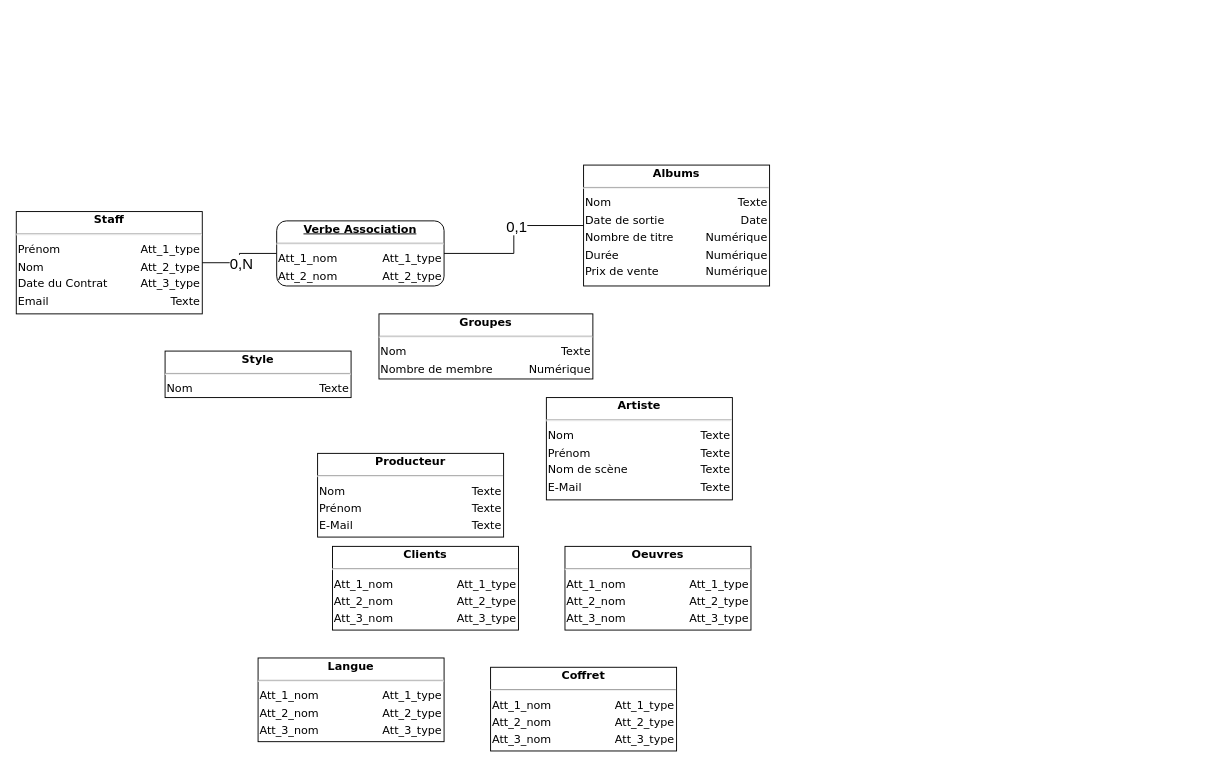
Above: MCD - Magasin de Disque.drawio in TCamoes15/MA-08-Magasin-Disque (draw.io), before the change. Source tidied: cells renumbered, new cells numbered last; positions are measured from the earlier drawing's top-left corner, leaving out a move shared by most shapes. Both pictures are drawn from the tidied source at 93%, with x=0, y=0 at pixel (16, 165).
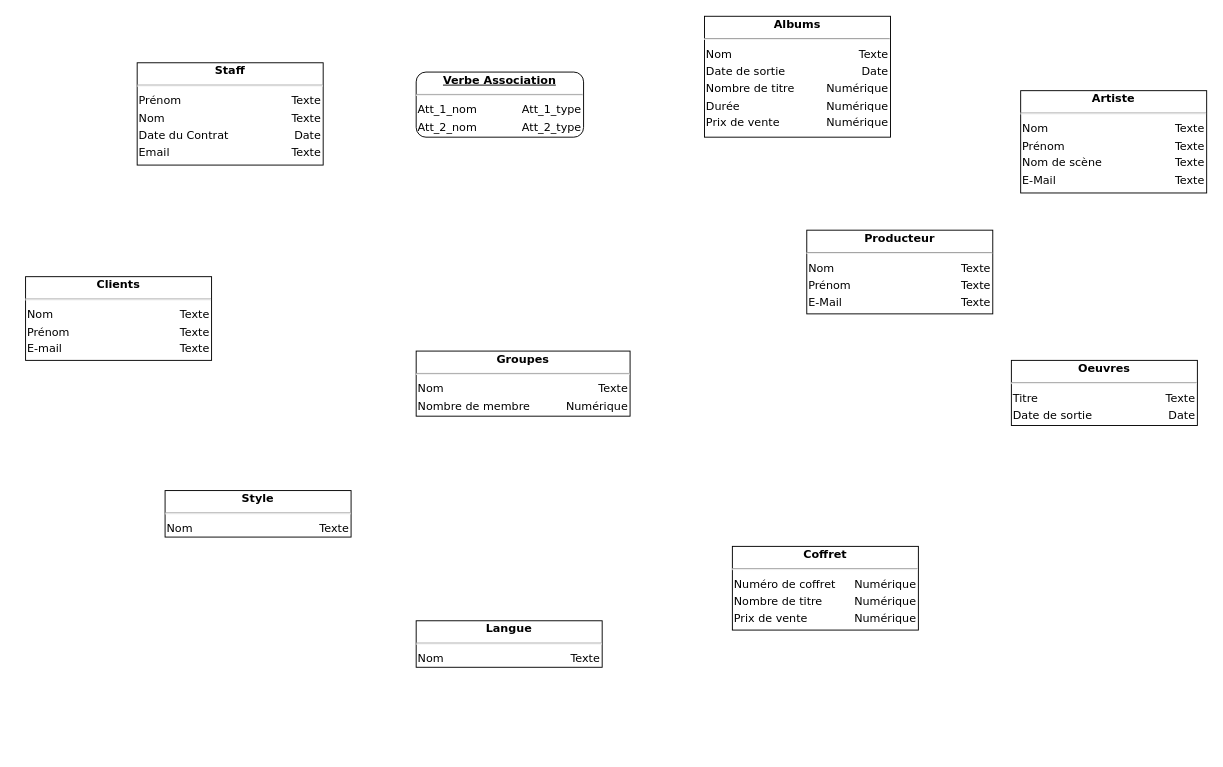
After the change.

Diff of the diagram source:
```diff
@@
 <mxGraphModel>
   <root>
     <mxCell id="0" />
     <mxCell id="1" parent="0" />
-    <mxCell id="2" value="&lt;div style=&quot;box-sizing: border-box ; width: 100% ; padding: 2px&quot;&gt;&lt;b&gt;&lt;span style=&quot;background-color: rgb(255 , 255 , 255)&quot;&gt;Staff&lt;/span&gt;&lt;/b&gt;&lt;/div&gt;&lt;hr&gt;&lt;table style=&quot;width: 100% ; font-size: 1em&quot; cellpadding=&quot;2&quot; cellspacing=&quot;0&quot;&gt;&lt;tbody&gt;&lt;tr&gt;&lt;td style=&quot;text-align: left&quot;&gt;Prénom&lt;/td&gt;&lt;td style=&quot;text-align: right&quot;&gt;Att_1_type&lt;br&gt;&lt;/td&gt;&lt;/tr&gt;&lt;tr&gt;&lt;td style=&quot;text-align: left&quot;&gt;Nom&lt;/td&gt;&lt;td style=&quot;text-align: right&quot;&gt;Att_2_type&lt;br&gt;&lt;/td&gt;&lt;/tr&gt;&lt;tr&gt;&lt;td style=&quot;text-align: left&quot;&gt;Date du Contrat&lt;/td&gt;&lt;td style=&quot;text-align: right&quot;&gt;Att_3_type&lt;br&gt;&lt;/td&gt;&lt;/tr&gt;&lt;tr&gt;&lt;td style=&quot;text-align: left&quot;&gt;Email&lt;/td&gt;&lt;td style=&quot;text-align: right&quot;&gt;Texte&lt;/td&gt;&lt;/tr&gt;&lt;/tbody&gt;&lt;/table&gt;" style="verticalAlign=top;align=center;overflow=fill;html=1;rounded=0;shadow=0;comic=0;labelBackgroundColor=none;strokeColor=#000000;strokeWidth=1;fillColor=#ffffff;fontFamily=Verdana;fontSize=12;fontColor=#000000;" parent="1" vertex="1">
-      <mxGeometry y="50" width="200" height="110" as="geometry" />
-    </mxCell>
-    <mxCell id="3" style="edgeStyle=orthogonalEdgeStyle;html=1;labelBackgroundColor=none;startArrow=none;endArrow=none;fontFamily=Verdana;fontSize=12;align=left;exitX=1;exitY=0.5;exitDx=0;exitDy=0;entryX=0;entryY=0.5;entryDx=0;entryDy=0;startFill=0;endFill=0;rounded=0;" parent="1" edge="1" source="2" target="5">
-      <mxGeometry relative="1" as="geometry" />
-    </mxCell>
-    <mxCell id="4" value="0,N" style="text;html=1;align=center;verticalAlign=middle;labelBackgroundColor=#ffffff;direction=south;fontSize=16;" parent="3" vertex="1">
-      <mxGeometry x="-0.77" y="-1" relative="1" as="geometry">
-        <mxPoint x="31" y="-1" as="offset" />
-      </mxGeometry>
-    </mxCell>
+    <mxCell id="17" value="&lt;div style=&quot;box-sizing: border-box ; width: 100% ; padding: 2px&quot;&gt;&lt;b&gt;&lt;span style=&quot;background-color: rgb(255 , 255 , 255)&quot;&gt;Staff&lt;/span&gt;&lt;/b&gt;&lt;/div&gt;&lt;hr&gt;&lt;table style=&quot;width: 100% ; font-size: 1em&quot; cellpadding=&quot;2&quot; cellspacing=&quot;0&quot;&gt;&lt;tbody&gt;&lt;tr&gt;&lt;td style=&quot;text-align: left&quot;&gt;Prénom&lt;/td&gt;&lt;td style=&quot;text-align: right&quot;&gt;Texte&lt;/td&gt;&lt;/tr&gt;&lt;tr&gt;&lt;td style=&quot;text-align: left&quot;&gt;Nom&lt;/td&gt;&lt;td style=&quot;text-align: right&quot;&gt;Texte&lt;br&gt;&lt;/td&gt;&lt;/tr&gt;&lt;tr&gt;&lt;td style=&quot;text-align: left&quot;&gt;Date du Contrat&lt;/td&gt;&lt;td style=&quot;text-align: right&quot;&gt;Date&lt;br&gt;&lt;/td&gt;&lt;/tr&gt;&lt;tr&gt;&lt;td style=&quot;text-align: left&quot;&gt;Email&lt;/td&gt;&lt;td style=&quot;text-align: right&quot;&gt;Texte&lt;/td&gt;&lt;/tr&gt;&lt;/tbody&gt;&lt;/table&gt;" style="verticalAlign=top;align=center;overflow=fill;html=1;rounded=0;shadow=0;comic=0;labelBackgroundColor=none;strokeColor=#000000;strokeWidth=1;fillColor=#ffffff;fontFamily=Verdana;fontSize=12;fontColor=#000000;" parent="1" vertex="1">
+      <mxGeometry x="130" y="-110" width="200" height="110" as="geometry" />
+    </mxCell>
     <mxCell id="5" value="&lt;div style=&quot;box-sizing: border-box ; width: 100% ; padding: 2px&quot;&gt;&lt;b&gt;&lt;u style=&quot;background-color: rgb(255 , 255 , 255)&quot;&gt;Verbe Association&lt;/u&gt;&lt;/b&gt;&lt;/div&gt;&lt;hr&gt;&lt;table style=&quot;width: 100% ; font-size: 1em&quot; cellpadding=&quot;2&quot; cellspacing=&quot;0&quot;&gt;&lt;tbody&gt;&lt;tr&gt;&lt;td style=&quot;text-align: left&quot;&gt;Att_1_nom&lt;/td&gt;&lt;td style=&quot;text-align: right&quot;&gt;Att_1_type&lt;br&gt;&lt;/td&gt;&lt;/tr&gt;&lt;tr&gt;&lt;td style=&quot;text-align: left&quot;&gt;Att_2_nom&lt;br&gt;&lt;/td&gt;&lt;td style=&quot;text-align: right&quot;&gt;Att_2_type&lt;br&gt;&lt;/td&gt;&lt;/tr&gt;&lt;/tbody&gt;&lt;/table&gt;" style="verticalAlign=top;align=center;overflow=fill;html=1;rounded=1;shadow=0;comic=0;labelBackgroundColor=none;strokeColor=#000000;strokeWidth=1;fillColor=#ffffff;fontFamily=Verdana;fontSize=12;fontColor=#000000;" parent="1" vertex="1">
-      <mxGeometry x="280" y="60" width="180" height="70" as="geometry" />
+      <mxGeometry x="430" y="-100" width="180" height="70" as="geometry" />
     </mxCell>
-    <mxCell id="6" style="edgeStyle=orthogonalEdgeStyle;rounded=0;jettySize=auto;html=1;startArrow=none;startFill=0;endArrow=none;endFill=0;" parent="1" edge="1" source="8" target="5">
-      <mxGeometry relative="1" as="geometry" />
-    </mxCell>
-    <mxCell id="7" value="0,1" style="text;html=1;align=center;verticalAlign=middle;labelBackgroundColor=#ffffff;fontSize=16;" parent="6" vertex="1">
-      <mxGeometry x="-0.65" relative="1" as="geometry">
-        <mxPoint x="-42" as="offset" />
-      </mxGeometry>
-    </mxCell>
     <mxCell id="8" value="&lt;div style=&quot;box-sizing: border-box ; width: 100% ; padding: 2px&quot;&gt;&lt;span style=&quot;background-color: rgb(255 , 255 , 255)&quot;&gt;&lt;b&gt;Albums&lt;/b&gt;&lt;/span&gt;&lt;/div&gt;&lt;hr&gt;&lt;table style=&quot;width: 100% ; font-size: 1em&quot; cellpadding=&quot;2&quot; cellspacing=&quot;0&quot;&gt;&lt;tbody&gt;&lt;tr&gt;&lt;td style=&quot;text-align: left&quot;&gt;Nom&lt;/td&gt;&lt;td style=&quot;text-align: right&quot;&gt;Texte&lt;/td&gt;&lt;/tr&gt;&lt;tr&gt;&lt;td style=&quot;text-align: left&quot;&gt;Date de sortie&lt;/td&gt;&lt;td style=&quot;text-align: right&quot;&gt;Date&lt;/td&gt;&lt;/tr&gt;&lt;tr&gt;&lt;td style=&quot;text-align: left&quot;&gt;Nombre de titre&lt;/td&gt;&lt;td style=&quot;text-align: right&quot;&gt;Numérique&lt;/td&gt;&lt;/tr&gt;&lt;tr&gt;&lt;td style=&quot;text-align: left&quot;&gt;Durée&lt;/td&gt;&lt;td style=&quot;text-align: right&quot;&gt;Numérique&lt;/td&gt;&lt;/tr&gt;&lt;tr&gt;&lt;td style=&quot;text-align: left&quot;&gt;Prix de vente&lt;/td&gt;&lt;td style=&quot;text-align: right&quot;&gt;Numérique&lt;/td&gt;&lt;/tr&gt;&lt;/tbody&gt;&lt;/table&gt;" style="verticalAlign=top;align=center;overflow=fill;html=1;rounded=0;shadow=0;comic=0;labelBackgroundColor=none;strokeColor=#000000;strokeWidth=1;fillColor=#ffffff;fontFamily=Verdana;fontSize=12;fontColor=#000000;" parent="1" vertex="1">
-      <mxGeometry x="610" width="200" height="130" as="geometry" />
+      <mxGeometry x="740" y="-160" width="200" height="130" as="geometry" />
     </mxCell>
     <mxCell id="9" value="&lt;div style=&quot;box-sizing: border-box ; width: 100% ; padding: 2px&quot;&gt;&lt;span style=&quot;background-color: rgb(255 , 255 , 255)&quot;&gt;&lt;b&gt;Style&lt;/b&gt;&lt;/span&gt;&lt;/div&gt;&lt;hr&gt;&lt;table style=&quot;width: 100% ; font-size: 1em&quot; cellpadding=&quot;2&quot; cellspacing=&quot;0&quot;&gt;&lt;tbody&gt;&lt;tr&gt;&lt;td style=&quot;text-align: left&quot;&gt;Nom&lt;/td&gt;&lt;td style=&quot;text-align: right&quot;&gt;Texte&lt;/td&gt;&lt;/tr&gt;&lt;/tbody&gt;&lt;/table&gt;" style="verticalAlign=top;align=center;overflow=fill;html=1;rounded=0;shadow=0;comic=0;labelBackgroundColor=none;strokeColor=#000000;strokeWidth=1;fillColor=#ffffff;fontFamily=Verdana;fontSize=12;fontColor=#000000;" parent="1" vertex="1">
-      <mxGeometry x="160" y="200" width="200" height="50" as="geometry" />
+      <mxGeometry x="160" y="350" width="200" height="50" as="geometry" />
     </mxCell>
     <mxCell id="10" value="&lt;div style=&quot;box-sizing: border-box ; width: 100% ; padding: 2px&quot;&gt;&lt;span style=&quot;background-color: rgb(255 , 255 , 255)&quot;&gt;&lt;b&gt;Producteur&lt;/b&gt;&lt;/span&gt;&lt;/div&gt;&lt;hr&gt;&lt;table style=&quot;width: 100% ; font-size: 1em&quot; cellpadding=&quot;2&quot; cellspacing=&quot;0&quot;&gt;&lt;tbody&gt;&lt;tr&gt;&lt;td style=&quot;text-align: left&quot;&gt;Nom&lt;/td&gt;&lt;td style=&quot;text-align: right&quot;&gt;Texte&lt;/td&gt;&lt;/tr&gt;&lt;tr&gt;&lt;td style=&quot;text-align: left&quot;&gt;Prénom&lt;/td&gt;&lt;td style=&quot;text-align: right&quot;&gt;Texte&lt;/td&gt;&lt;/tr&gt;&lt;tr&gt;&lt;td style=&quot;text-align: left&quot;&gt;E-Mail&lt;/td&gt;&lt;td style=&quot;text-align: right&quot;&gt;Texte&lt;/td&gt;&lt;/tr&gt;&lt;/tbody&gt;&lt;/table&gt;" style="verticalAlign=top;align=center;overflow=fill;html=1;rounded=0;shadow=0;comic=0;labelBackgroundColor=none;strokeColor=#000000;strokeWidth=1;fillColor=#ffffff;fontFamily=Verdana;fontSize=12;fontColor=#000000;" parent="1" vertex="1">
-      <mxGeometry x="324" y="310" width="200" height="90" as="geometry" />
+      <mxGeometry x="850" y="70" width="200" height="90" as="geometry" />
     </mxCell>
-    <mxCell id="11" value="&lt;div style=&quot;box-sizing: border-box ; width: 100% ; padding: 2px&quot;&gt;&lt;span style=&quot;background-color: rgb(255 , 255 , 255)&quot;&gt;&lt;b&gt;Clients&lt;/b&gt;&lt;/span&gt;&lt;/div&gt;&lt;hr&gt;&lt;table style=&quot;width: 100% ; font-size: 1em&quot; cellpadding=&quot;2&quot; cellspacing=&quot;0&quot;&gt;&lt;tbody&gt;&lt;tr&gt;&lt;td style=&quot;text-align: left&quot;&gt;Att_1_nom&lt;/td&gt;&lt;td style=&quot;text-align: right&quot;&gt;Att_1_type&lt;br&gt;&lt;/td&gt;&lt;/tr&gt;&lt;tr&gt;&lt;td style=&quot;text-align: left&quot;&gt;Att_2_nom&lt;br&gt;&lt;/td&gt;&lt;td style=&quot;text-align: right&quot;&gt;Att_2_type&lt;br&gt;&lt;/td&gt;&lt;/tr&gt;&lt;tr&gt;&lt;td style=&quot;text-align: left&quot;&gt;Att_3_nom&lt;/td&gt;&lt;td style=&quot;text-align: right&quot;&gt;Att_3_type&lt;br&gt;&lt;/td&gt;&lt;/tr&gt;&lt;/tbody&gt;&lt;/table&gt;" style="verticalAlign=top;align=center;overflow=fill;html=1;rounded=0;shadow=0;comic=0;labelBackgroundColor=none;strokeColor=#000000;strokeWidth=1;fillColor=#ffffff;fontFamily=Verdana;fontSize=12;fontColor=#000000;" parent="1" vertex="1">
-      <mxGeometry x="340" y="410" width="200" height="90" as="geometry" />
-    </mxCell>
+    <mxCell id="18" value="&lt;div style=&quot;box-sizing: border-box ; width: 100% ; padding: 2px&quot;&gt;&lt;span style=&quot;background-color: rgb(255 , 255 , 255)&quot;&gt;&lt;b&gt;Clients&lt;/b&gt;&lt;/span&gt;&lt;/div&gt;&lt;hr&gt;&lt;table style=&quot;width: 100% ; font-size: 1em&quot; cellpadding=&quot;2&quot; cellspacing=&quot;0&quot;&gt;&lt;tbody&gt;&lt;tr&gt;&lt;td style=&quot;text-align: left&quot;&gt;Nom&lt;/td&gt;&lt;td style=&quot;text-align: right&quot;&gt;Texte&lt;/td&gt;&lt;/tr&gt;&lt;tr&gt;&lt;td style=&quot;text-align: left&quot;&gt;Prénom&lt;/td&gt;&lt;td style=&quot;text-align: right&quot;&gt;Texte&lt;br&gt;&lt;/td&gt;&lt;/tr&gt;&lt;tr&gt;&lt;td style=&quot;text-align: left&quot;&gt;E-mail&lt;/td&gt;&lt;td style=&quot;text-align: right&quot;&gt;Texte&lt;/td&gt;&lt;/tr&gt;&lt;/tbody&gt;&lt;/table&gt;" style="verticalAlign=top;align=center;overflow=fill;html=1;rounded=0;shadow=0;comic=0;labelBackgroundColor=none;strokeColor=#000000;strokeWidth=1;fillColor=#ffffff;fontFamily=Verdana;fontSize=12;fontColor=#000000;" parent="1" vertex="1">
+      <mxGeometry x="10" y="120" width="200" height="90" as="geometry" />
+    </mxCell>
     <mxCell id="12" value="&lt;div style=&quot;box-sizing: border-box ; width: 100% ; padding: 2px&quot;&gt;&lt;span style=&quot;background-color: rgb(255 , 255 , 255)&quot;&gt;&lt;b&gt;Groupes&lt;/b&gt;&lt;/span&gt;&lt;/div&gt;&lt;hr&gt;&lt;table style=&quot;width: 100% ; font-size: 1em&quot; cellpadding=&quot;2&quot; cellspacing=&quot;0&quot;&gt;&lt;tbody&gt;&lt;tr&gt;&lt;td style=&quot;text-align: left&quot;&gt;Nom&lt;/td&gt;&lt;td style=&quot;text-align: right&quot;&gt;Texte&lt;/td&gt;&lt;/tr&gt;&lt;tr&gt;&lt;td style=&quot;text-align: left&quot;&gt;Nombre de membre&lt;/td&gt;&lt;td style=&quot;text-align: right&quot;&gt;Numérique&lt;/td&gt;&lt;/tr&gt;&lt;/tbody&gt;&lt;/table&gt;" style="verticalAlign=top;align=center;overflow=fill;html=1;rounded=0;shadow=0;comic=0;labelBackgroundColor=none;strokeColor=#000000;strokeWidth=1;fillColor=#ffffff;fontFamily=Verdana;fontSize=12;fontColor=#000000;" parent="1" vertex="1">
-      <mxGeometry x="390" y="160" width="230" height="70" as="geometry" />
+      <mxGeometry x="430" y="200" width="230" height="70" as="geometry" />
     </mxCell>
-    <mxCell id="13" value="&lt;div style=&quot;box-sizing: border-box ; width: 100% ; padding: 2px&quot;&gt;&lt;span style=&quot;background-color: rgb(255 , 255 , 255)&quot;&gt;&lt;b&gt;Oeuvres&lt;/b&gt;&lt;/span&gt;&lt;/div&gt;&lt;hr&gt;&lt;table style=&quot;width: 100% ; font-size: 1em&quot; cellpadding=&quot;2&quot; cellspacing=&quot;0&quot;&gt;&lt;tbody&gt;&lt;tr&gt;&lt;td style=&quot;text-align: left&quot;&gt;Att_1_nom&lt;/td&gt;&lt;td style=&quot;text-align: right&quot;&gt;Att_1_type&lt;br&gt;&lt;/td&gt;&lt;/tr&gt;&lt;tr&gt;&lt;td style=&quot;text-align: left&quot;&gt;Att_2_nom&lt;br&gt;&lt;/td&gt;&lt;td style=&quot;text-align: right&quot;&gt;Att_2_type&lt;br&gt;&lt;/td&gt;&lt;/tr&gt;&lt;tr&gt;&lt;td style=&quot;text-align: left&quot;&gt;Att_3_nom&lt;/td&gt;&lt;td style=&quot;text-align: right&quot;&gt;Att_3_type&lt;br&gt;&lt;/td&gt;&lt;/tr&gt;&lt;/tbody&gt;&lt;/table&gt;" style="verticalAlign=top;align=center;overflow=fill;html=1;rounded=0;shadow=0;comic=0;labelBackgroundColor=none;strokeColor=#000000;strokeWidth=1;fillColor=#ffffff;fontFamily=Verdana;fontSize=12;fontColor=#000000;" parent="1" vertex="1">
-      <mxGeometry x="590" y="410" width="200" height="90" as="geometry" />
-    </mxCell>
+    <mxCell id="19" value="&lt;div style=&quot;box-sizing: border-box ; width: 100% ; padding: 2px&quot;&gt;&lt;span style=&quot;background-color: rgb(255 , 255 , 255)&quot;&gt;&lt;b&gt;Oeuvres&lt;/b&gt;&lt;/span&gt;&lt;/div&gt;&lt;hr&gt;&lt;table style=&quot;width: 100% ; font-size: 1em&quot; cellpadding=&quot;2&quot; cellspacing=&quot;0&quot;&gt;&lt;tbody&gt;&lt;tr&gt;&lt;td style=&quot;text-align: left&quot;&gt;Titre&lt;/td&gt;&lt;td style=&quot;text-align: right&quot;&gt;Texte&lt;br&gt;&lt;/td&gt;&lt;/tr&gt;&lt;tr&gt;&lt;td style=&quot;text-align: left&quot;&gt;Date de sortie&lt;/td&gt;&lt;td style=&quot;text-align: right&quot;&gt;Date&lt;/td&gt;&lt;/tr&gt;&lt;/tbody&gt;&lt;/table&gt;" style="verticalAlign=top;align=center;overflow=fill;html=1;rounded=0;shadow=0;comic=0;labelBackgroundColor=none;strokeColor=#000000;strokeWidth=1;fillColor=#ffffff;fontFamily=Verdana;fontSize=12;fontColor=#000000;" parent="1" vertex="1">
+      <mxGeometry x="1070" y="210" width="200" height="70" as="geometry" />
+    </mxCell>
     <mxCell id="14" value="&lt;div style=&quot;box-sizing: border-box ; width: 100% ; padding: 2px&quot;&gt;&lt;span style=&quot;background-color: rgb(255 , 255 , 255)&quot;&gt;&lt;b&gt;Artiste&lt;/b&gt;&lt;/span&gt;&lt;/div&gt;&lt;hr&gt;&lt;table style=&quot;width: 100% ; font-size: 1em&quot; cellpadding=&quot;2&quot; cellspacing=&quot;0&quot;&gt;&lt;tbody&gt;&lt;tr&gt;&lt;td style=&quot;text-align: left&quot;&gt;Nom&lt;/td&gt;&lt;td style=&quot;text-align: right&quot;&gt;Texte&lt;/td&gt;&lt;/tr&gt;&lt;tr&gt;&lt;td style=&quot;text-align: left&quot;&gt;Prénom&lt;/td&gt;&lt;td style=&quot;text-align: right&quot;&gt;Texte&lt;br&gt;&lt;/td&gt;&lt;/tr&gt;&lt;tr&gt;&lt;td style=&quot;text-align: left&quot;&gt;Nom de scène&lt;/td&gt;&lt;td style=&quot;text-align: right&quot;&gt;Texte&lt;/td&gt;&lt;/tr&gt;&lt;tr&gt;&lt;td style=&quot;text-align: left&quot;&gt;E-Mail&lt;/td&gt;&lt;td style=&quot;text-align: right&quot;&gt;Texte&lt;/td&gt;&lt;/tr&gt;&lt;/tbody&gt;&lt;/table&gt;" style="verticalAlign=top;align=center;overflow=fill;html=1;rounded=0;shadow=0;comic=0;labelBackgroundColor=none;strokeColor=#000000;strokeWidth=1;fillColor=#ffffff;fontFamily=Verdana;fontSize=12;fontColor=#000000;" parent="1" vertex="1">
-      <mxGeometry x="570" y="250" width="200" height="110" as="geometry" />
+      <mxGeometry x="1080" y="-80" width="200" height="110" as="geometry" />
     </mxCell>
-    <mxCell id="15" value="&lt;div style=&quot;box-sizing: border-box ; width: 100% ; padding: 2px&quot;&gt;&lt;span style=&quot;background-color: rgb(255 , 255 , 255)&quot;&gt;&lt;b&gt;Langue&lt;/b&gt;&lt;/span&gt;&lt;/div&gt;&lt;hr&gt;&lt;table style=&quot;width: 100% ; font-size: 1em&quot; cellpadding=&quot;2&quot; cellspacing=&quot;0&quot;&gt;&lt;tbody&gt;&lt;tr&gt;&lt;td style=&quot;text-align: left&quot;&gt;Att_1_nom&lt;/td&gt;&lt;td style=&quot;text-align: right&quot;&gt;Att_1_type&lt;br&gt;&lt;/td&gt;&lt;/tr&gt;&lt;tr&gt;&lt;td style=&quot;text-align: left&quot;&gt;Att_2_nom&lt;br&gt;&lt;/td&gt;&lt;td style=&quot;text-align: right&quot;&gt;Att_2_type&lt;br&gt;&lt;/td&gt;&lt;/tr&gt;&lt;tr&gt;&lt;td style=&quot;text-align: left&quot;&gt;Att_3_nom&lt;/td&gt;&lt;td style=&quot;text-align: right&quot;&gt;Att_3_type&lt;br&gt;&lt;/td&gt;&lt;/tr&gt;&lt;/tbody&gt;&lt;/table&gt;" style="verticalAlign=top;align=center;overflow=fill;html=1;rounded=0;shadow=0;comic=0;labelBackgroundColor=none;strokeColor=#000000;strokeWidth=1;fillColor=#ffffff;fontFamily=Verdana;fontSize=12;fontColor=#000000;" parent="1" vertex="1">
-      <mxGeometry x="260" y="530" width="200" height="90" as="geometry" />
-    </mxCell>
-    <mxCell id="16" value="&lt;div style=&quot;box-sizing: border-box ; width: 100% ; padding: 2px&quot;&gt;&lt;span style=&quot;background-color: rgb(255 , 255 , 255)&quot;&gt;&lt;b&gt;Coffret&lt;/b&gt;&lt;/span&gt;&lt;/div&gt;&lt;hr&gt;&lt;table style=&quot;width: 100% ; font-size: 1em&quot; cellpadding=&quot;2&quot; cellspacing=&quot;0&quot;&gt;&lt;tbody&gt;&lt;tr&gt;&lt;td style=&quot;text-align: left&quot;&gt;Att_1_nom&lt;/td&gt;&lt;td style=&quot;text-align: right&quot;&gt;Att_1_type&lt;br&gt;&lt;/td&gt;&lt;/tr&gt;&lt;tr&gt;&lt;td style=&quot;text-align: left&quot;&gt;Att_2_nom&lt;br&gt;&lt;/td&gt;&lt;td style=&quot;text-align: right&quot;&gt;Att_2_type&lt;br&gt;&lt;/td&gt;&lt;/tr&gt;&lt;tr&gt;&lt;td style=&quot;text-align: left&quot;&gt;Att_3_nom&lt;/td&gt;&lt;td style=&quot;text-align: right&quot;&gt;Att_3_type&lt;br&gt;&lt;/td&gt;&lt;/tr&gt;&lt;/tbody&gt;&lt;/table&gt;" style="verticalAlign=top;align=center;overflow=fill;html=1;rounded=0;shadow=0;comic=0;labelBackgroundColor=none;strokeColor=#000000;strokeWidth=1;fillColor=#ffffff;fontFamily=Verdana;fontSize=12;fontColor=#000000;" parent="1" vertex="1">
-      <mxGeometry x="510" y="540" width="200" height="90" as="geometry" />
-    </mxCell>
+    <mxCell id="20" value="&lt;div style=&quot;box-sizing: border-box ; width: 100% ; padding: 2px&quot;&gt;&lt;span style=&quot;background-color: rgb(255 , 255 , 255)&quot;&gt;&lt;b&gt;Langue&lt;/b&gt;&lt;/span&gt;&lt;/div&gt;&lt;hr&gt;&lt;table style=&quot;width: 100% ; font-size: 1em&quot; cellpadding=&quot;2&quot; cellspacing=&quot;0&quot;&gt;&lt;tbody&gt;&lt;tr&gt;&lt;td style=&quot;text-align: left&quot;&gt;Nom&lt;/td&gt;&lt;td style=&quot;text-align: right&quot;&gt;Texte&lt;br&gt;&lt;/td&gt;&lt;/tr&gt;&lt;tr&gt;&lt;td style=&quot;text-align: left&quot;&gt;&lt;br&gt;&lt;/td&gt;&lt;td style=&quot;text-align: right&quot;&gt;&lt;/td&gt;&lt;/tr&gt;&lt;/tbody&gt;&lt;/table&gt;" style="verticalAlign=top;align=center;overflow=fill;html=1;rounded=0;shadow=0;comic=0;labelBackgroundColor=none;strokeColor=#000000;strokeWidth=1;fillColor=#ffffff;fontFamily=Verdana;fontSize=12;fontColor=#000000;" parent="1" vertex="1">
+      <mxGeometry x="430" y="490" width="200" height="50" as="geometry" />
+    </mxCell>
+    <mxCell id="21" value="&lt;div style=&quot;box-sizing: border-box ; width: 100% ; padding: 2px&quot;&gt;&lt;span style=&quot;background-color: rgb(255 , 255 , 255)&quot;&gt;&lt;b&gt;Coffret&lt;/b&gt;&lt;/span&gt;&lt;/div&gt;&lt;hr&gt;&lt;table style=&quot;width: 100% ; font-size: 1em&quot; cellpadding=&quot;2&quot; cellspacing=&quot;0&quot;&gt;&lt;tbody&gt;&lt;tr&gt;&lt;td style=&quot;text-align: left&quot;&gt;Numéro de coffret&lt;/td&gt;&lt;td style=&quot;text-align: right&quot;&gt;Numérique&lt;/td&gt;&lt;/tr&gt;&lt;tr&gt;&lt;td style=&quot;text-align: left&quot;&gt;Nombre de titre&lt;/td&gt;&lt;td style=&quot;text-align: right&quot;&gt;Numérique&lt;/td&gt;&lt;/tr&gt;&lt;tr&gt;&lt;td style=&quot;text-align: left&quot;&gt;Prix de vente&lt;/td&gt;&lt;td style=&quot;text-align: right&quot;&gt;Numérique&lt;/td&gt;&lt;/tr&gt;&lt;/tbody&gt;&lt;/table&gt;" style="verticalAlign=top;align=center;overflow=fill;html=1;rounded=0;shadow=0;comic=0;labelBackgroundColor=none;strokeColor=#000000;strokeWidth=1;fillColor=#ffffff;fontFamily=Verdana;fontSize=12;fontColor=#000000;" parent="1" vertex="1">
+      <mxGeometry x="770" y="410" width="200" height="90" as="geometry" />
+    </mxCell>
   </root>
 </mxGraphModel>
```
